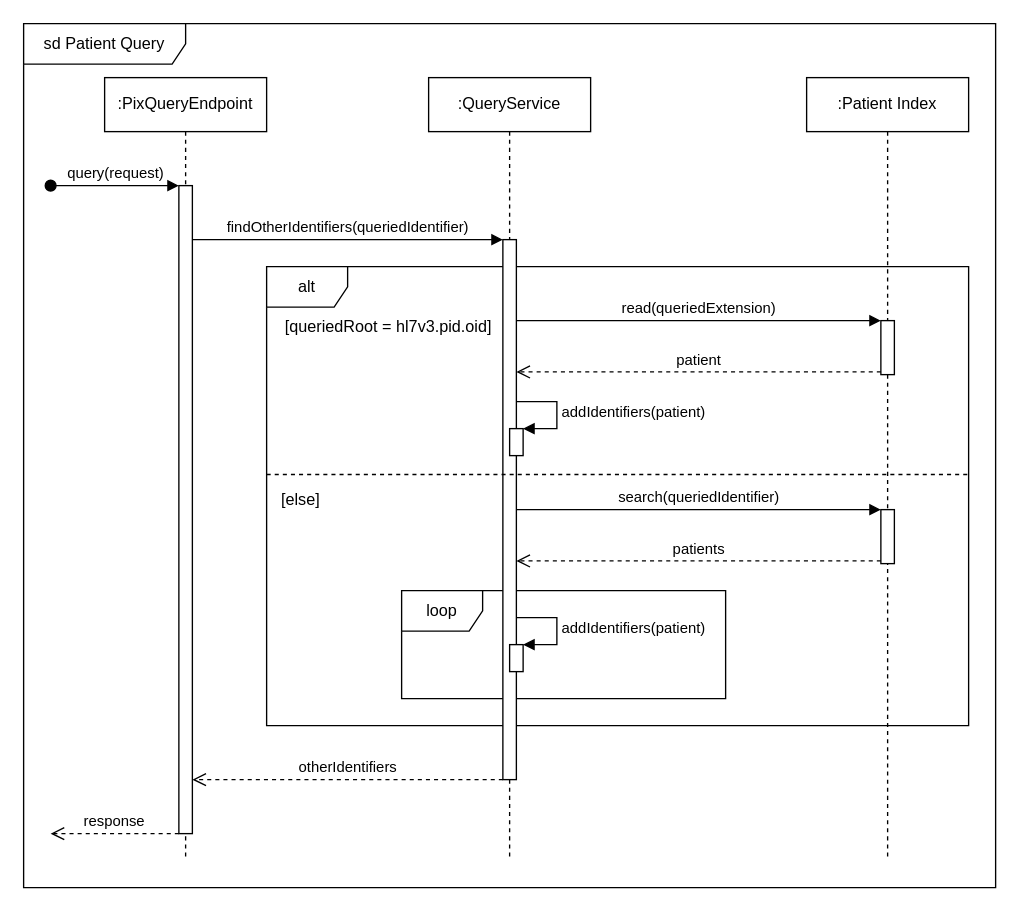
Above: patient-index-ws/sequence.drawio in tobchen/patient-index (draw.io), before the change. Source tidied: cells renumbered, new cells numbered last; positions are measured from the earlier drawing's top-left corner, leaving out a move shared by most shapes. Both pictures are drawn from the tidied source at 135%, with x=0, y=0 at pixel (23, 23).
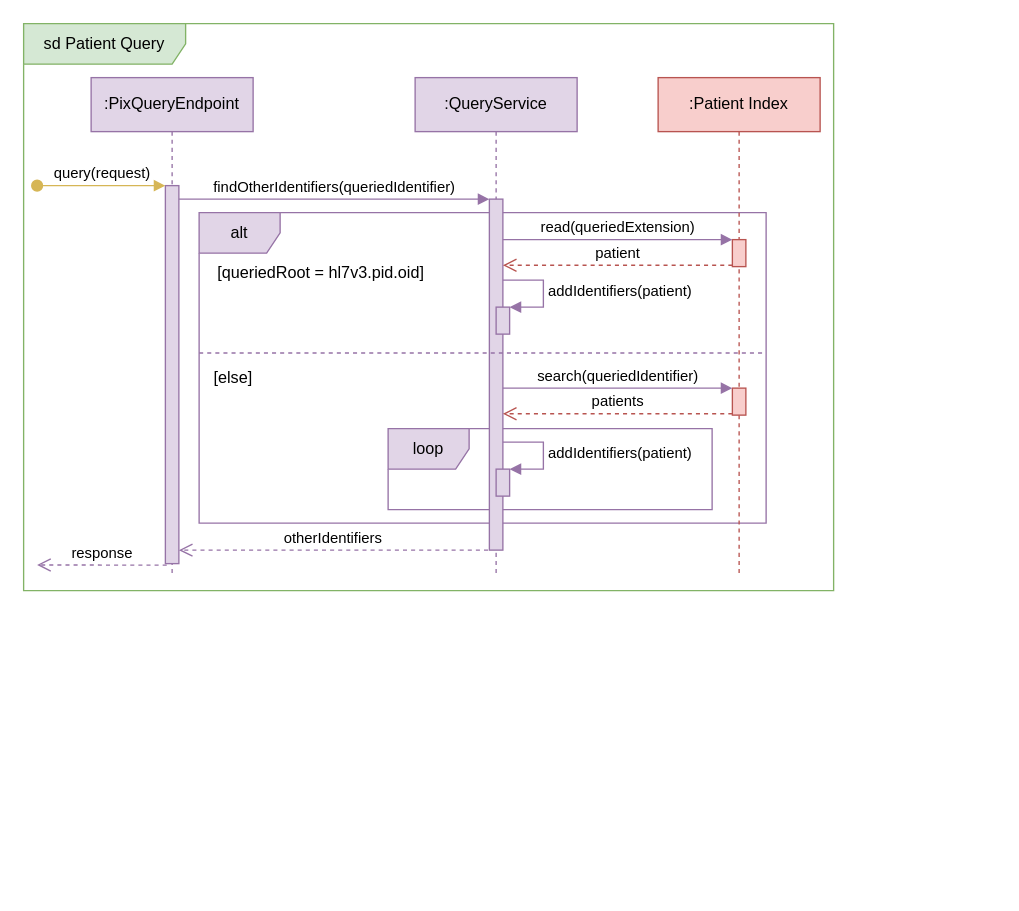
The same diagram, later.

Commit message (it also covers changes not shown here):
More pretty diagrams! Added create or update ad

Change to the diagram source:
```diff
@@
-    <mxCell id="2" value="sd Patient Query" style="shape=umlFrame;whiteSpace=wrap;html=1;width=120;height=30;" parent="1" vertex="1">
-      <mxGeometry width="720" height="640" as="geometry" />
+    <mxCell id="2" value="sd Patient Query" style="shape=umlFrame;whiteSpace=wrap;html=1;width=120;height=30;fillColor=#d5e8d4;strokeColor=#82b366;" parent="1" vertex="1">
+      <mxGeometry width="600" height="420" as="geometry" />
     </mxCell>
-    <mxCell id="3" value="alt" style="shape=umlFrame;whiteSpace=wrap;html=1;" parent="1" vertex="1">
-      <mxGeometry x="180" y="180" width="520" height="340" as="geometry" />
+    <mxCell id="3" value="alt" style="shape=umlFrame;whiteSpace=wrap;html=1;fillColor=#e1d5e7;strokeColor=#9673a6;" parent="1" vertex="1">
+      <mxGeometry x="130" y="140" width="420" height="230" as="geometry" />
     </mxCell>
-    <mxCell id="4" value="loop" style="shape=umlFrame;whiteSpace=wrap;html=1;" parent="1" vertex="1">
-      <mxGeometry x="280" y="420" width="240" height="80" as="geometry" />
+    <mxCell id="4" value="loop" style="shape=umlFrame;whiteSpace=wrap;html=1;fillColor=#e1d5e7;strokeColor=#9673a6;" parent="1" vertex="1">
+      <mxGeometry x="270" y="300" width="240" height="60" as="geometry" />
     </mxCell>
-    <mxCell id="5" value=":PixQueryEndpoint" style="shape=umlLifeline;perimeter=lifelinePerimeter;whiteSpace=wrap;html=1;" parent="1" vertex="1">
-      <mxGeometry x="60" y="40" width="120" height="580" as="geometry" />
+    <mxCell id="5" value=":PixQueryEndpoint" style="shape=umlLifeline;perimeter=lifelinePerimeter;whiteSpace=wrap;html=1;fillColor=#e1d5e7;strokeColor=#9673a6;" parent="1" vertex="1">
+      <mxGeometry x="50" y="40" width="120" height="370" as="geometry" />
     </mxCell>
-    <mxCell id="6" style="html=1;points=[];perimeter=orthogonalPerimeter;" parent="5" vertex="1">
-      <mxGeometry x="55" y="80" width="10" height="480" as="geometry" />
+    <mxCell id="6" style="html=1;points=[];perimeter=orthogonalPerimeter;fillColor=#e1d5e7;strokeColor=#9673a6;" parent="5" vertex="1">
+      <mxGeometry x="55" y="80" width="10" height="280" as="geometry" />
     </mxCell>
-    <mxCell id="7" value=":QueryService" style="shape=umlLifeline;perimeter=lifelinePerimeter;whiteSpace=wrap;html=1;" parent="1" vertex="1">
-      <mxGeometry x="300" y="40" width="120" height="580" as="geometry" />
+    <mxCell id="7" value=":QueryService" style="shape=umlLifeline;perimeter=lifelinePerimeter;whiteSpace=wrap;html=1;fillColor=#e1d5e7;strokeColor=#9673a6;" parent="1" vertex="1">
+      <mxGeometry x="290" y="40" width="120" height="370" as="geometry" />
     </mxCell>
-    <mxCell id="8" style="html=1;points=[];perimeter=orthogonalPerimeter;" parent="7" vertex="1">
-      <mxGeometry x="55" y="120" width="10" height="400" as="geometry" />
+    <mxCell id="8" style="html=1;points=[];perimeter=orthogonalPerimeter;fillColor=#e1d5e7;strokeColor=#9673a6;" parent="7" vertex="1">
+      <mxGeometry x="55" y="90" width="10" height="260" as="geometry" />
     </mxCell>
-    <mxCell id="9" style="html=1;points=[];perimeter=orthogonalPerimeter;" parent="7" vertex="1">
-      <mxGeometry x="60" y="420" width="10" height="20" as="geometry" />
+    <mxCell id="9" style="html=1;points=[];perimeter=orthogonalPerimeter;fillColor=#e1d5e7;strokeColor=#9673a6;" parent="7" vertex="1">
+      <mxGeometry x="60" y="290" width="10" height="20" as="geometry" />
     </mxCell>
-    <mxCell id="10" value="addIdentifiers(patient)" style="edgeStyle=orthogonalEdgeStyle;html=1;align=left;spacingLeft=2;endArrow=block;rounded=0;entryX=1;entryY=0;" parent="7" edge="1" source="8" target="9">
+    <mxCell id="10" value="addIdentifiers(patient)" style="edgeStyle=orthogonalEdgeStyle;html=1;align=left;spacingLeft=2;endArrow=block;rounded=0;entryX=1;entryY=0;fillColor=#e1d5e7;strokeColor=#9673a6;" parent="7" edge="1" target="9">
       <mxGeometry relative="1" as="geometry">
+        <mxPoint x="65" y="270" as="sourcePoint" />
         <Array as="points">
-          <mxPoint x="95" y="400" />
-          <mxPoint x="95" y="420" />
+          <mxPoint x="95" y="270" />
+          <mxPoint x="95" y="290" />
         </Array>
       </mxGeometry>
     </mxCell>
+    <mxCell id="19" value="addIdentifiers(patient)" style="edgeStyle=orthogonalEdgeStyle;html=1;align=left;spacingLeft=2;endArrow=block;rounded=0;entryX=1;entryY=0;fillColor=#e1d5e7;strokeColor=#9673a6;" parent="7" edge="1" target="18">
+      <mxGeometry relative="1" as="geometry">
+        <mxPoint x="65" y="150" as="sourcePoint" />
+        <Array as="points">
+          <mxPoint x="95" y="150" />
+          <mxPoint x="95" y="170" />
+        </Array>
+      </mxGeometry>
+    </mxCell>
+    <mxCell id="18" style="html=1;points=[];perimeter=orthogonalPerimeter;fillColor=#e1d5e7;strokeColor=#9673a6;" parent="7" vertex="1">
+      <mxGeometry x="60" y="170" width="10" height="20" as="geometry" />
+    </mxCell>
-    <mxCell id="11" value=":Patient Index" style="shape=umlLifeline;perimeter=lifelinePerimeter;whiteSpace=wrap;html=1;" parent="1" vertex="1">
-      <mxGeometry x="580" y="40" width="120" height="580" as="geometry" />
+    <mxCell id="11" value=":Patient Index" style="shape=umlLifeline;perimeter=lifelinePerimeter;whiteSpace=wrap;html=1;fillColor=#f8cecc;strokeColor=#b85450;" parent="1" vertex="1">
+      <mxGeometry x="470" y="40" width="120" height="370" as="geometry" />
     </mxCell>
-    <mxCell id="12" style="html=1;points=[];perimeter=orthogonalPerimeter;" parent="11" vertex="1">
-      <mxGeometry x="55" y="320" width="10" height="40" as="geometry" />
+    <mxCell id="12" style="html=1;points=[];perimeter=orthogonalPerimeter;fillColor=#f8cecc;strokeColor=#b85450;" parent="11" vertex="1">
+      <mxGeometry x="55" y="230" width="10" height="20" as="geometry" />
     </mxCell>
+    <mxCell id="15" style="html=1;points=[];perimeter=orthogonalPerimeter;fillColor=#f8cecc;strokeColor=#b85450;" parent="11" vertex="1">
+      <mxGeometry x="55" y="120" width="10" height="20" as="geometry" />
+    </mxCell>
-    <mxCell id="13" value="query(request)" style="html=1;verticalAlign=bottom;startArrow=oval;endArrow=block;startSize=8;rounded=0;" parent="1" edge="1" target="6">
+    <mxCell id="13" value="query(request)" style="html=1;verticalAlign=bottom;startArrow=oval;endArrow=block;startSize=8;rounded=0;fillColor=#fff2cc;strokeColor=#d6b656;" parent="1" edge="1" target="6">
       <mxGeometry relative="1" as="geometry">
-        <mxPoint x="20" y="120" as="sourcePoint" />
+        <mxPoint x="10" y="120" as="sourcePoint" />
         <Array as="points">
-          <mxPoint x="20" y="120" />
+          <mxPoint x="10" y="120" />
         </Array>
       </mxGeometry>
     </mxCell>
-    <mxCell id="14" value="findOtherIdentifiers(queriedIdentifier)" style="html=1;verticalAlign=bottom;endArrow=block;entryX=0;entryY=0;rounded=0;" parent="1" edge="1" source="6" target="8">
-      <mxGeometry relative="1" as="geometry" />
+    <mxCell id="14" value="findOtherIdentifiers(queriedIdentifier)" style="html=1;verticalAlign=bottom;endArrow=block;entryX=0;entryY=0;rounded=0;fillColor=#e1d5e7;strokeColor=#9673a6;" parent="1" edge="1" source="6" target="8">
+      <mxGeometry relative="1" as="geometry">
+        <Array as="points">
+          <mxPoint x="280" y="130" />
+        </Array>
+      </mxGeometry>
     </mxCell>
-    <mxCell id="15" style="html=1;points=[];perimeter=orthogonalPerimeter;" parent="1" vertex="1">
-      <mxGeometry x="635" y="220" width="10" height="40" as="geometry" />
-    </mxCell>
-    <mxCell id="16" value="read(queriedExtension)" style="html=1;verticalAlign=bottom;endArrow=block;entryX=0;entryY=0;rounded=0;" parent="1" edge="1" source="8" target="15">
-      <mxGeometry relative="1" as="geometry" />
+    <mxCell id="16" value="read(queriedExtension)" style="html=1;verticalAlign=bottom;endArrow=block;entryX=0;entryY=0;rounded=0;fillColor=#e1d5e7;strokeColor=#9673a6;" parent="1" edge="1" source="8" target="15">
+      <mxGeometry relative="1" as="geometry">
+        <Array as="points">
+          <mxPoint x="390" y="160" />
+        </Array>
+      </mxGeometry>
     </mxCell>
-    <mxCell id="17" value="patient" style="html=1;verticalAlign=bottom;endArrow=open;dashed=1;endSize=8;exitX=0;exitY=0.95;rounded=0;" parent="1" edge="1" source="15" target="8">
+    <mxCell id="17" value="patient" style="html=1;verticalAlign=bottom;endArrow=open;dashed=1;endSize=8;exitX=0;exitY=0.95;rounded=0;fillColor=#f8cecc;strokeColor=#b85450;" parent="1" edge="1" source="15" target="8">
       <mxGeometry relative="1" as="geometry" />
     </mxCell>
-    <mxCell id="18" style="html=1;points=[];perimeter=orthogonalPerimeter;" parent="1" vertex="1">
-      <mxGeometry x="360" y="300" width="10" height="20" as="geometry" />
-    </mxCell>
-    <mxCell id="19" value="addIdentifiers(patient)" style="edgeStyle=orthogonalEdgeStyle;html=1;align=left;spacingLeft=2;endArrow=block;rounded=0;entryX=1;entryY=0;" parent="1" edge="1" source="8" target="18">
-      <mxGeometry relative="1" as="geometry">
-        <Array as="points">
-          <mxPoint x="395" y="280" />
-          <mxPoint x="395" y="300" />
-        </Array>
-      </mxGeometry>
-    </mxCell>
-    <mxCell id="20" value="search(queriedIdentifier)" style="html=1;verticalAlign=bottom;endArrow=block;entryX=0;entryY=0;rounded=0;" parent="1" edge="1" source="8" target="12">
+    <mxCell id="20" value="search(queriedIdentifier)" style="html=1;verticalAlign=bottom;endArrow=block;entryX=0;entryY=0;rounded=0;fillColor=#e1d5e7;strokeColor=#9673a6;" parent="1" edge="1" source="8" target="12">
       <mxGeometry relative="1" as="geometry" />
     </mxCell>
-    <mxCell id="21" value="patients" style="html=1;verticalAlign=bottom;endArrow=open;dashed=1;endSize=8;exitX=0;exitY=0.95;rounded=0;" parent="1" edge="1" source="12" target="8">
+    <mxCell id="21" value="patients" style="html=1;verticalAlign=bottom;endArrow=open;dashed=1;endSize=8;exitX=0;exitY=0.95;rounded=0;fillColor=#f8cecc;strokeColor=#b85450;" parent="1" edge="1" source="12" target="8">
       <mxGeometry relative="1" as="geometry" />
     </mxCell>
-    <mxCell id="22" style="line;strokeWidth=1;fillColor=none;align=left;verticalAlign=middle;spacingTop=-1;spacingLeft=3;spacingRight=3;labelPosition=right;strokeColor=inherit;dashed=1;" parent="1" vertex="1">
-      <mxGeometry x="180" y="330" width="520" height="8" as="geometry" />
+    <mxCell id="22" style="line;strokeWidth=1;fillColor=#e1d5e7;align=left;verticalAlign=middle;spacingTop=-1;spacingLeft=3;spacingRight=3;labelPosition=right;strokeColor=#9673a6;dashed=1;" parent="1" vertex="1">
+      <mxGeometry x="130" y="240" width="420" height="8" as="geometry" />
     </mxCell>
-    <mxCell id="23" value="otherIdentifiers" style="html=1;verticalAlign=bottom;endArrow=open;dashed=1;endSize=8;rounded=0;" parent="1" edge="1" source="8" target="6">
-      <mxGeometry relative="1" as="geometry">
-        <Array as="points">
-          <mxPoint x="200" y="560" />
-        </Array>
-      </mxGeometry>
+    <mxCell id="23" value="otherIdentifiers" style="html=1;verticalAlign=bottom;endArrow=open;dashed=1;endSize=8;rounded=0;fillColor=#e1d5e7;strokeColor=#9673a6;exitX=-0.1;exitY=1;exitDx=0;exitDy=0;exitPerimeter=0;" parent="1" edge="1" source="8" target="6">
+      <mxGeometry relative="1" as="geometry" />
     </mxCell>
-    <mxCell id="24" value="response" style="html=1;verticalAlign=bottom;endArrow=open;dashed=1;endSize=8;rounded=0;" parent="1" edge="1" source="6">
+    <mxCell id="24" value="response" style="html=1;verticalAlign=bottom;endArrow=open;dashed=1;endSize=8;rounded=0;fillColor=#e1d5e7;strokeColor=#9673a6;exitX=0.1;exitY=1.004;exitDx=0;exitDy=0;exitPerimeter=0;" parent="1" edge="1" source="6">
       <mxGeometry relative="1" as="geometry">
-        <mxPoint x="20" y="600" as="targetPoint" />
+        <mxPoint x="10" y="401" as="targetPoint" />
       </mxGeometry>
     </mxCell>
     <mxCell id="25" value="[queriedRoot = hl7v3.pid.oid]" style="text;html=1;align=center;verticalAlign=middle;strokeColor=none;fillColor=none;" parent="1" vertex="1">
-      <mxGeometry x="180" y="210" width="180" height="30" as="geometry" />
+      <mxGeometry x="130" y="170" width="180" height="30" as="geometry" />
     </mxCell>
     <mxCell id="26" value="[else]" style="text;html=1;align=center;verticalAlign=middle;strokeColor=none;fillColor=none;" parent="1" vertex="1">
-      <mxGeometry x="180" y="338" width="50" height="30" as="geometry" />
+      <mxGeometry x="130" y="248" width="50" height="30" as="geometry" />
     </mxCell>
```
